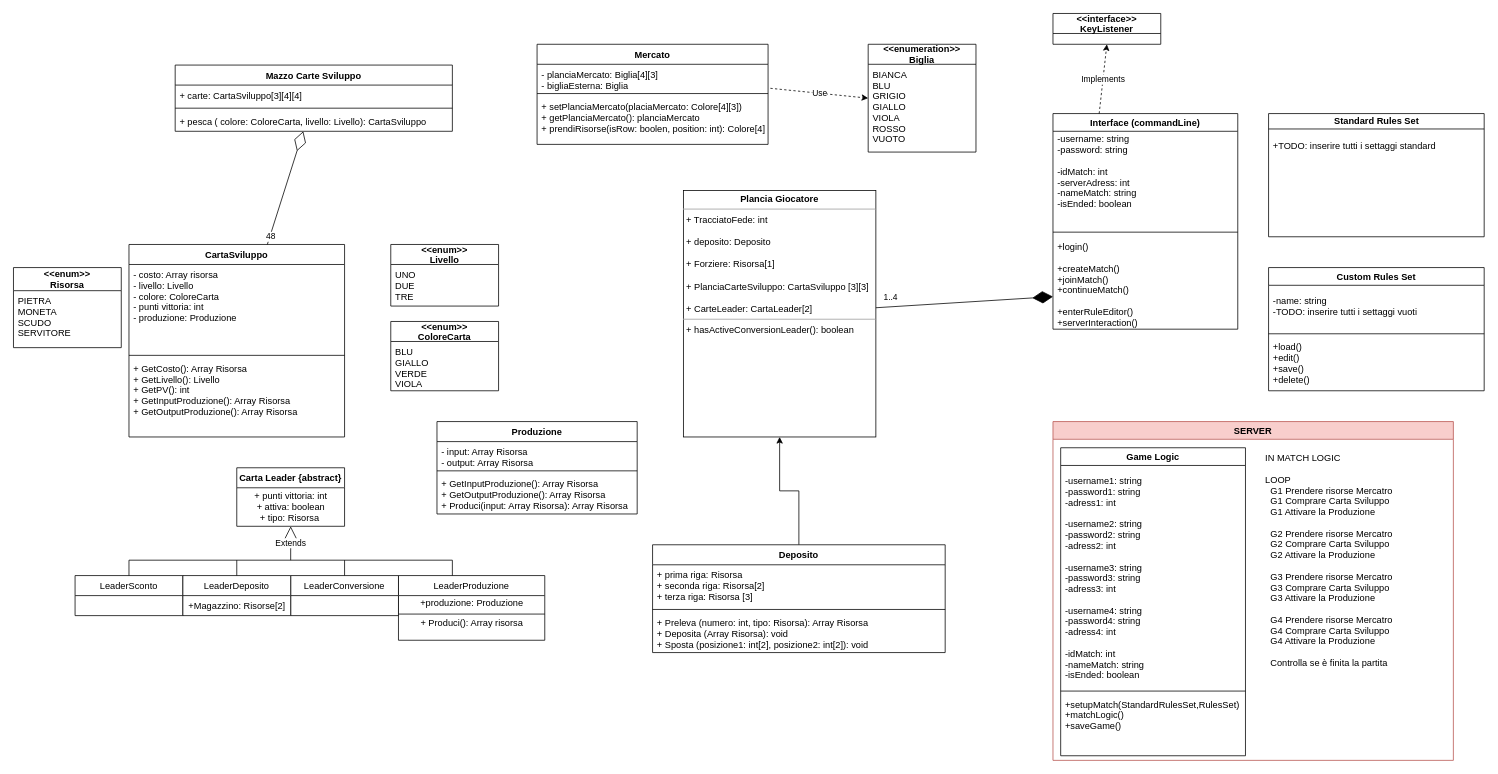
Before: Untitled Diagram.drawio in DavideLancini/ing-sw-2021-Lancini-Gilli-Frigerio, a draw.io diagram. Source tidied: cells renumbered, new cells numbered last; positions are measured from the earlier drawing's top-left corner, leaving out a move shared by most shapes. Both pictures are drawn from the tidied source at 77%, with x=0, y=0 at pixel (13, 13).
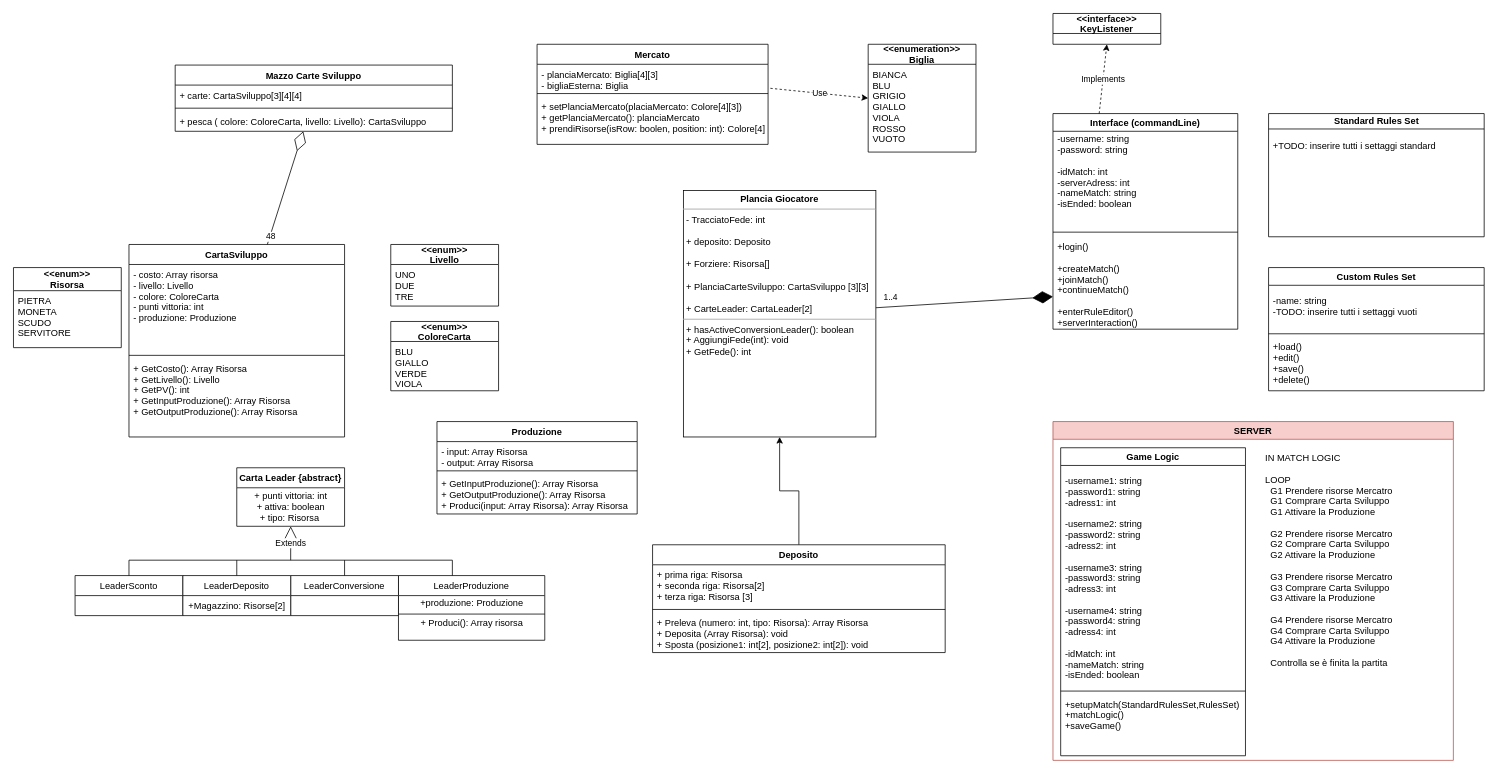
Above is the later version.

What changed in the source:
```diff
@@
-    <mxCell id="6" value="&lt;p style=&quot;margin: 0px ; margin-top: 4px ; text-align: center&quot;&gt;&lt;b&gt;Plancia Giocatore&lt;/b&gt;&lt;/p&gt;&lt;hr size=&quot;1&quot;&gt;&lt;p style=&quot;margin: 0px ; margin-left: 4px&quot;&gt;+ TracciatoFede: int&lt;/p&gt;&lt;p style=&quot;margin: 0px ; margin-left: 4px&quot;&gt;&lt;br&gt;&lt;/p&gt;&lt;p style=&quot;margin: 0px ; margin-left: 4px&quot;&gt;+ deposito: Deposito&lt;/p&gt;&lt;p style=&quot;margin: 0px ; margin-left: 4px&quot;&gt;&lt;br&gt;&lt;/p&gt;&lt;p style=&quot;margin: 0px ; margin-left: 4px&quot;&gt;+ Forziere: Risorsa[1]&lt;/p&gt;&lt;p style=&quot;margin: 0px ; margin-left: 4px&quot;&gt;&lt;br&gt;&lt;/p&gt;&lt;p style=&quot;margin: 0px ; margin-left: 4px&quot;&gt;+ PlanciaCarteSviluppo: CartaSviluppo [3][3]&lt;/p&gt;&lt;p style=&quot;margin: 0px ; margin-left: 4px&quot;&gt;&lt;br&gt;&lt;/p&gt;&lt;p style=&quot;margin: 0px ; margin-left: 4px&quot;&gt;+ CarteLeader: CartaLeader[2]&lt;/p&gt;&lt;hr size=&quot;1&quot;&gt;&lt;p style=&quot;margin: 0px ; margin-left: 4px&quot;&gt;+ hasActiveConversionLeader(): boolean&lt;/p&gt;" style="verticalAlign=top;align=left;overflow=fill;fontSize=12;fontFamily=Helvetica;html=1;" parent="1" vertex="1">
+    <mxCell id="6" value="&lt;p style=&quot;margin: 0px ; margin-top: 4px ; text-align: center&quot;&gt;&lt;b&gt;Plancia Giocatore&lt;/b&gt;&lt;/p&gt;&lt;hr size=&quot;1&quot;&gt;&lt;p style=&quot;margin: 0px ; margin-left: 4px&quot;&gt;- TracciatoFede: int&lt;/p&gt;&lt;p style=&quot;margin: 0px ; margin-left: 4px&quot;&gt;&lt;br&gt;&lt;/p&gt;&lt;p style=&quot;margin: 0px ; margin-left: 4px&quot;&gt;+ deposito: Deposito&lt;/p&gt;&lt;p style=&quot;margin: 0px ; margin-left: 4px&quot;&gt;&lt;br&gt;&lt;/p&gt;&lt;p style=&quot;margin: 0px ; margin-left: 4px&quot;&gt;+ Forziere: Risorsa[]&lt;/p&gt;&lt;p style=&quot;margin: 0px ; margin-left: 4px&quot;&gt;&lt;br&gt;&lt;/p&gt;&lt;p style=&quot;margin: 0px ; margin-left: 4px&quot;&gt;+ PlanciaCarteSviluppo: CartaSviluppo [3][3]&lt;/p&gt;&lt;p style=&quot;margin: 0px ; margin-left: 4px&quot;&gt;&lt;br&gt;&lt;/p&gt;&lt;p style=&quot;margin: 0px ; margin-left: 4px&quot;&gt;+ CarteLeader: CartaLeader[2]&lt;/p&gt;&lt;hr size=&quot;1&quot;&gt;&lt;p style=&quot;margin: 0px ; margin-left: 4px&quot;&gt;+ hasActiveConversionLeader(): boolean&lt;/p&gt;&lt;p style=&quot;margin: 0px ; margin-left: 4px&quot;&gt;+ AggiungiFede(int): void&lt;br&gt;+ GetFede(): int&lt;/p&gt;" style="verticalAlign=top;align=left;overflow=fill;fontSize=12;fontFamily=Helvetica;html=1;" parent="1" vertex="1">
       <mxGeometry x="870" y="230" width="250" height="320" as="geometry" />
     </mxCell>
```
